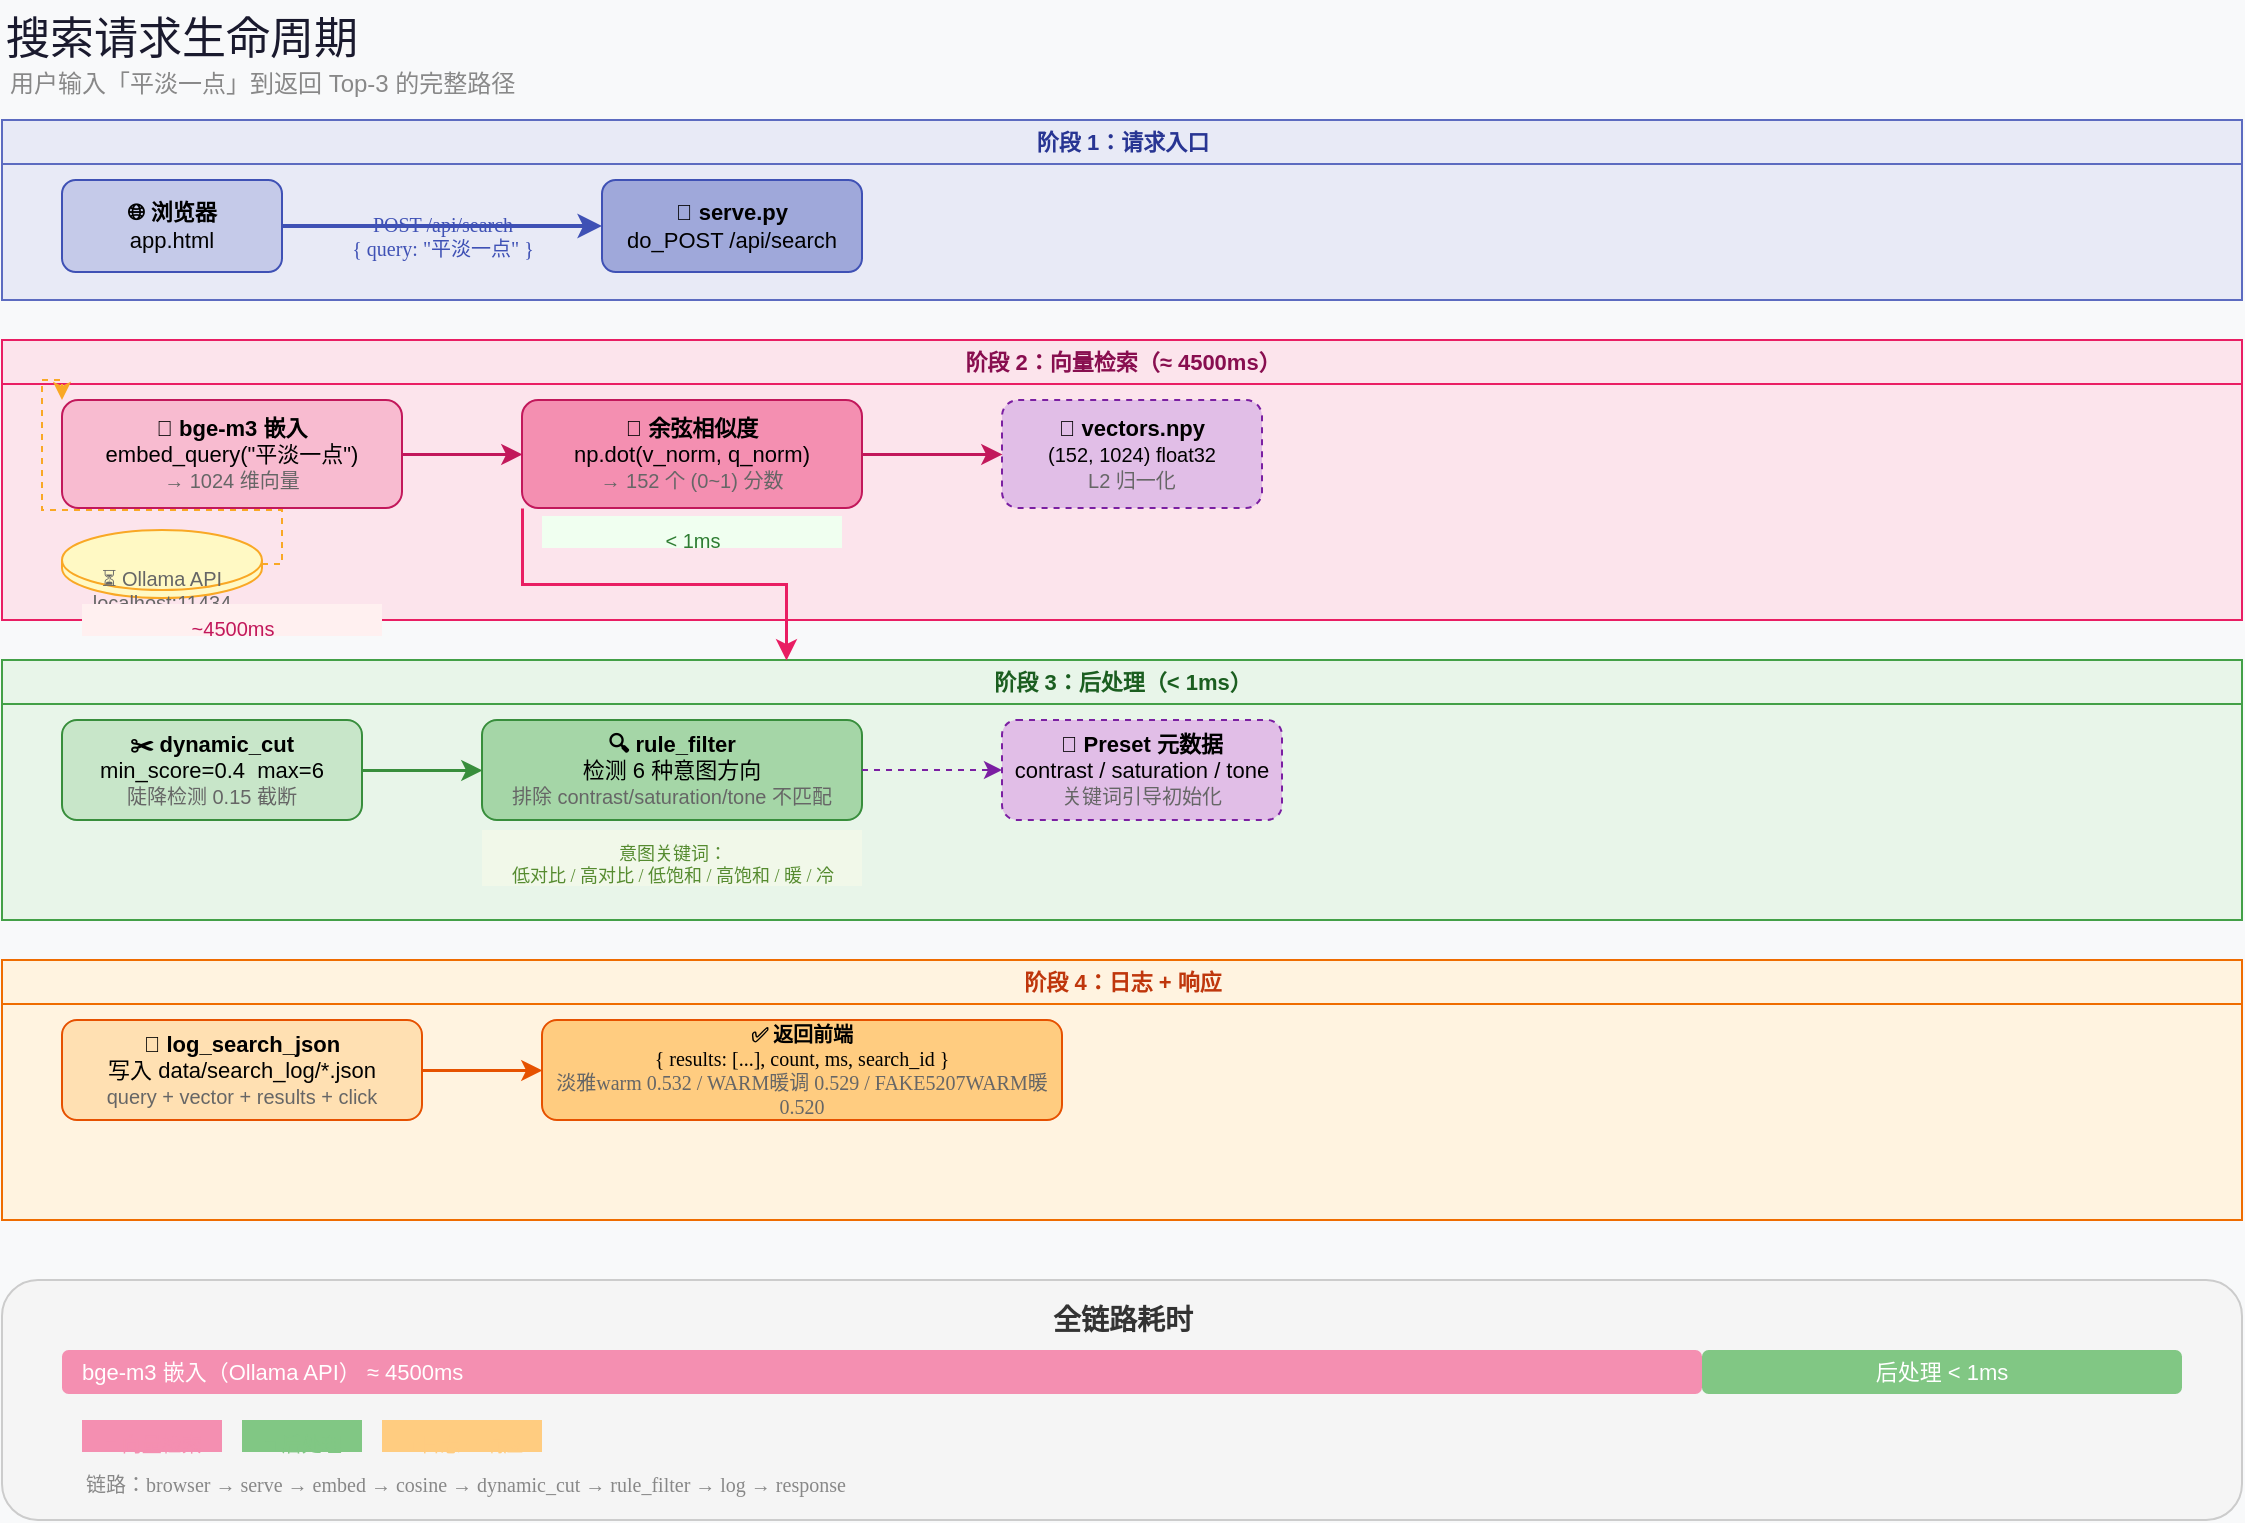
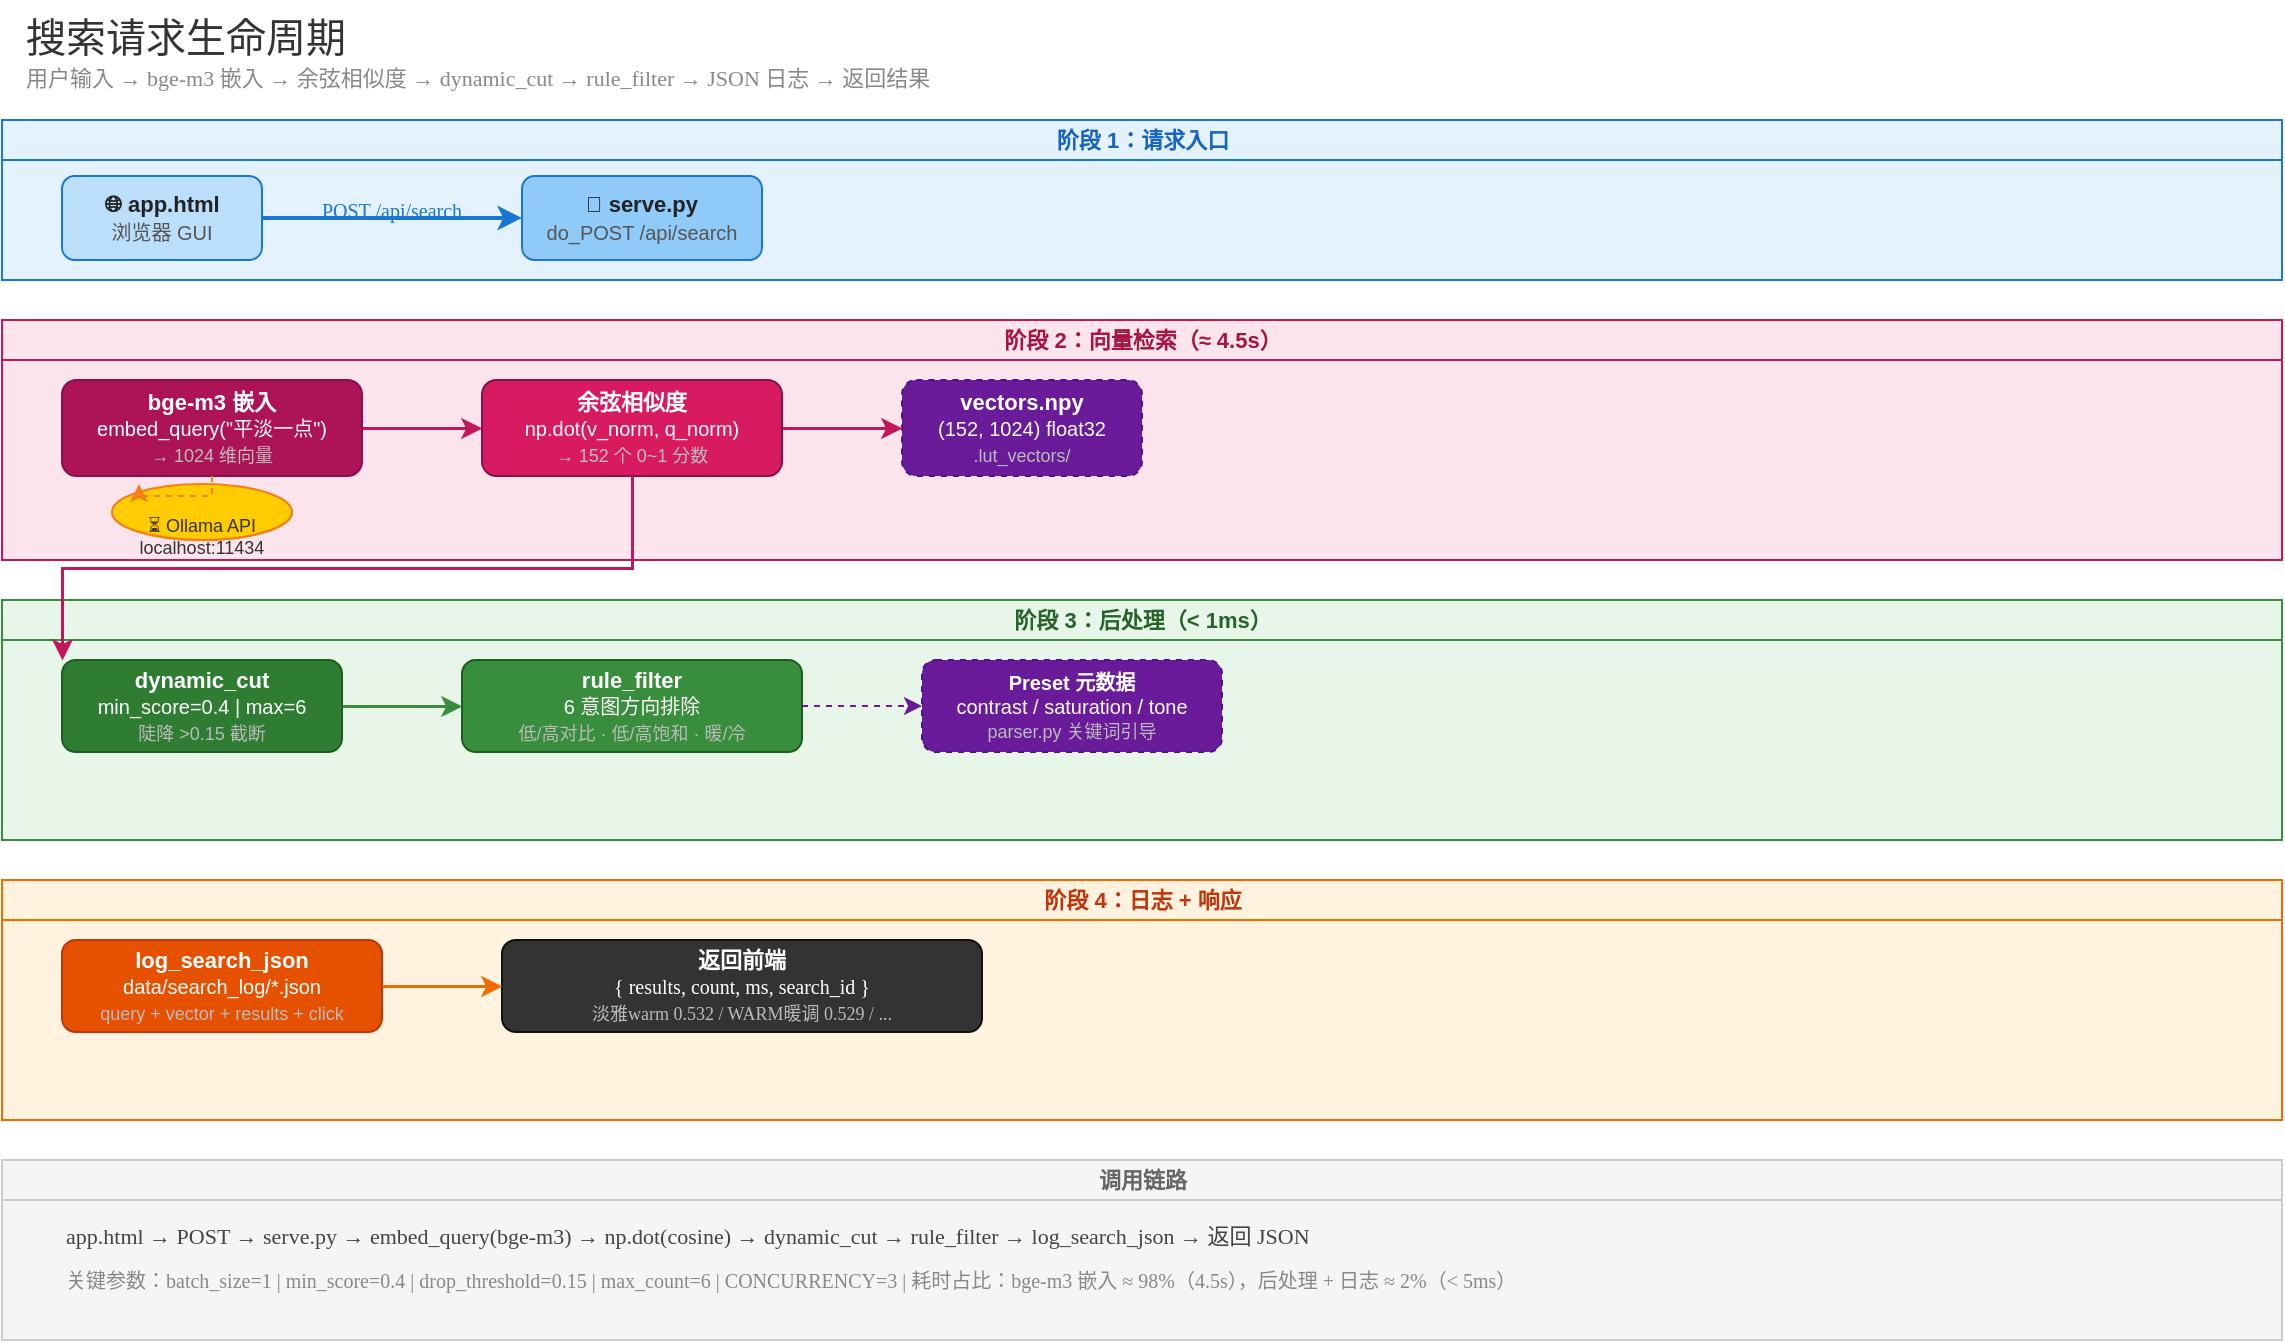
<?xml version="1.0" encoding="UTF-8"?>
<mxfile host="Electron">
  <diagram id="search-lifecycle" name="搜索生命周期">
-     <mxGraphModel dx="1400" dy="900" grid="1" gridSize="10" guides="1" tooltips="1" connect="1" arrows="1" fold="1" page="1" pageScale="1" pageWidth="1200" pageHeight="900" background="#f8f9fa">
+     <mxGraphModel dx="1400" dy="900" grid="1" gridSize="10" guides="1" tooltips="1" connect="1" arrows="1" fold="1" page="1" pageScale="1" pageWidth="1200" pageHeight="900" background="#ffffff">
      <root>
        <mxCell id="0"/>
        <mxCell id="1" parent="0"/>

        <!-- 标题 -->
-         <mxCell id="t0" value="搜索请求生命周期" style="text;html=1;strokeColor=none;fillColor=none;align=left;fontSize=22;fontFamily=Helvetica;fontColor=#1a1a2e;" vertex="1" parent="1">
-           <mxGeometry x="40" y="20" width="400" height="30" as="geometry"/>
+         <mxCell id="t0" value="搜索请求生命周期" style="text;html=1;strokeColor=none;fillColor=none;align=left;fontSize=20;fontFamily=Helvetica;fontColor=#333333;" vertex="1" parent="1">
+           <mxGeometry x="40" y="20" width="400" height="28" as="geometry"/>
        </mxCell>
-         <mxCell id="t0s" value="用户输入「平淡一点」到返回 Top-3 的完整路径" style="text;html=1;strokeColor=none;fillColor=none;align=left;fontSize=12;fontFamily=Helvetica;fontColor=#888;" vertex="1" parent="1">
-           <mxGeometry x="42" y="48" width="400" height="18" as="geometry"/>
+         <mxCell id="t0s" value="用户输入 → bge-m3 嵌入 → 余弦相似度 → dynamic_cut → rule_filter → JSON 日志 → 返回结果" style="text;html=1;strokeColor=none;fillColor=none;align=left;fontSize=11;fontFamily=Menlo;fontColor=#888888;" vertex="1" parent="1">
+           <mxGeometry x="40" y="46" width="800" height="18" as="geometry"/>
        </mxCell>

-         <!-- ========== 阶段 1：请求 ========== -->
-         <mxCell id="ph1" value="阶段 1：请求入口" style="swimlane;html=1;startSize=22;horizontal=1;fillColor=#e8eaf6;strokeColor=#5c6bc0;swimlaneFillColor=#e8eaf6;fontSize=11;fontFamily=Helvetica;fontColor=#283593;" vertex="1" parent="1">
-           <mxGeometry x="40" y="80" width="1120" height="90" as="geometry"/>
+         <!-- ===== 阶段 1：请求 ===== -->
+         <mxCell id="ph1" value="阶段 1：请求入口" style="swimlane;html=1;startSize=20;horizontal=1;fillColor=#e3f2fd;strokeColor=#1976d2;swimlaneFillColor=#e3f2fd;fontSize=11;fontFamily=Helvetica;fontColor=#1565c0;" vertex="1" parent="1">
+           <mxGeometry x="30" y="80" width="1140" height="80" as="geometry"/>
        </mxCell>

-         <mxCell id="browser" value="&lt;b&gt;🌐 浏览器&lt;/b&gt;&lt;br&gt;app.html" style="rounded=1;whiteSpace=wrap;html=1;fillColor=#c5cae9;strokeColor=#3f51b5;fontFamily=Helvetica;fontSize=11;" vertex="1" parent="1">
-           <mxGeometry x="70" y="110" width="110" height="46" as="geometry"/>
+         <mxCell id="browser" value="&lt;b&gt;🌐 app.html&lt;/b&gt;&lt;br&gt;&lt;span style=&quot;font-size:10px;color:#555;&quot;&gt;浏览器 GUI&lt;/span&gt;" style="rounded=1;whiteSpace=wrap;html=1;fillColor=#bbdefb;strokeColor=#1976d2;fontSize=11;fontFamily=Helvetica;fontColor=#222222;" vertex="1" parent="1">
+           <mxGeometry x="60" y="108" width="100" height="42" as="geometry"/>
        </mxCell>

-         <mxCell id="sv" value="&lt;b&gt;📡 serve.py&lt;/b&gt;&lt;br&gt;do_POST /api/search" style="rounded=1;whiteSpace=wrap;html=1;fillColor=#9fa8da;strokeColor=#3f51b5;fontFamily=Helvetica;fontSize=11;" vertex="1" parent="1">
-           <mxGeometry x="340" y="110" width="130" height="46" as="geometry"/>
+         <mxCell id="arrow1" value="POST /api/search" style="rounded=0;whiteSpace=wrap;html=1;fillColor=none;strokeColor=none;fontSize=10;fontFamily=Menlo;fontColor=#1976d2;align=center;" vertex="1" parent="1">
+           <mxGeometry x="165" y="115" width="120" height="20" as="geometry"/>
        </mxCell>

-         <mxCell id="c1" style="edgeStyle=orthogonalEdgeStyle;rounded=0;html=1;exitX=1;exitY=0.5;entryX=0;entryY=0.5;strokeColor=#3f51b5;strokeWidth=2;fontSize=11;fontFamily=Helvetica;" edge="1" parent="1" source="browser" target="sv">
-           <mxGeometry relative="1" as="geometry">
-             <mxPoint x="260" y="133" as="targetPoint"/>
-           </mxGeometry>
-         </mxCell>
-         <mxCell id="c1l" value="POST /api/search&#10;{ query: &quot;平淡一点&quot; }" style="text;html=1;strokeColor=none;fillColor=none;align=center;fontSize=10;fontFamily=Menlo;fontColor=#3f51b5;" vertex="1" parent="1">
-           <mxGeometry x="190" y="120" width="140" height="28" as="geometry"/>
+         <mxCell id="sv" value="&lt;b&gt;📡 serve.py&lt;/b&gt;&lt;br&gt;&lt;span style=&quot;font-size:10px;color:#555;&quot;&gt;do_POST /api/search&lt;/span&gt;" style="rounded=1;whiteSpace=wrap;html=1;fillColor=#90caf9;strokeColor=#1976d2;fontSize=11;fontFamily=Helvetica;fontColor=#222222;" vertex="1" parent="1">
+           <mxGeometry x="290" y="108" width="120" height="42" as="geometry"/>
        </mxCell>

-         <!-- ========== 阶段 2：检索 ========== -->
-         <mxCell id="ph2" value="阶段 2：向量检索（≈ 4500ms）" style="swimlane;html=1;startSize=22;horizontal=1;fillColor=#fce4ec;strokeColor=#e91e63;swimlaneFillColor=#fce4ec;fontSize=11;fontFamily=Helvetica;fontColor=#880e4f;" vertex="1" parent="1">
-           <mxGeometry x="40" y="190" width="1120" height="140" as="geometry"/>
+         <mxCell id="c1" style="edgeStyle=orthogonalEdgeStyle;rounded=0;html=1;exitX=1;exitY=0.5;entryX=0;entryY=0.5;strokeColor=#1976d2;strokeWidth=2;" edge="1" parent="1" source="browser" target="sv">
+           <mxGeometry relative="1" as="geometry"/>
        </mxCell>

-         <mxCell id="embed" value="&lt;b&gt;🔮 bge-m3 嵌入&lt;/b&gt;&lt;br&gt;embed_query(&quot;平淡一点&quot;)&lt;br&gt;&lt;span style=&quot;font-size:10px;color:#666;&quot;&gt;→ 1024 维向量&lt;/span&gt;" style="rounded=1;whiteSpace=wrap;html=1;fillColor=#f8bbd0;strokeColor=#c2185b;fontFamily=Helvetica;fontSize=11;" vertex="1" parent="1">
-           <mxGeometry x="70" y="220" width="170" height="54" as="geometry"/>
+         <!-- ===== 阶段 2：向量检索 ===== -->
+         <mxCell id="ph2" value="阶段 2：向量检索（≈ 4.5s）" style="swimlane;html=1;startSize=20;horizontal=1;fillColor=#fce4ec;strokeColor=#c2185b;swimlaneFillColor=#fce4ec;fontSize=11;fontFamily=Helvetica;fontColor=#a31545;" vertex="1" parent="1">
+           <mxGeometry x="30" y="180" width="1140" height="120" as="geometry"/>
        </mxCell>

-         <mxCell id="cosine" value="&lt;b&gt;📐 余弦相似度&lt;/b&gt;&lt;br&gt;np.dot(v_norm, q_norm)&lt;br&gt;&lt;span style=&quot;font-size:10px;color:#666;&quot;&gt;→ 152 个 (0~1) 分数&lt;/span&gt;" style="rounded=1;whiteSpace=wrap;html=1;fillColor=#f48fb1;strokeColor=#c2185b;fontFamily=Helvetica;fontSize=11;" vertex="1" parent="1">
-           <mxGeometry x="300" y="220" width="170" height="54" as="geometry"/>
+         <mxCell id="embed" value="&lt;b&gt;bge-m3 嵌入&lt;/b&gt;&lt;br&gt;&lt;span style=&quot;font-size:10px;&quot;&gt;embed_query(&quot;平淡一点&quot;)&lt;/span&gt;&lt;br&gt;&lt;span style=&quot;font-size:9px;color:#bbb;&quot;&gt;→ 1024 维向量&lt;/span&gt;" style="rounded=1;whiteSpace=wrap;html=1;fillColor=#ad1457;strokeColor=#880e4f;fontSize=11;fontFamily=Helvetica;fontColor=#ffffff;" vertex="1" parent="1">
+           <mxGeometry x="60" y="210" width="150" height="48" as="geometry"/>
        </mxCell>

-         <mxCell id="vec" value="&lt;b&gt;💾 vectors.npy&lt;/b&gt;&lt;br&gt;&lt;span style=&quot;font-size:10px;&quot;&gt;(152, 1024) float32&lt;/span&gt;&lt;br&gt;&lt;span style=&quot;font-size:10px;color:#666;&quot;&gt;L2 归一化&lt;/span&gt;" style="rounded=1;whiteSpace=wrap;html=1;fillColor=#e1bee7;strokeColor=#7b1fa2;dashed=1;fontFamily=Helvetica;fontSize=11;" vertex="1" parent="1">
-           <mxGeometry x="540" y="220" width="130" height="54" as="geometry"/>
+         <mxCell id="cosine" value="&lt;b&gt;余弦相似度&lt;/b&gt;&lt;br&gt;&lt;span style=&quot;font-size:10px;&quot;&gt;np.dot(v_norm, q_norm)&lt;/span&gt;&lt;br&gt;&lt;span style=&quot;font-size:9px;color:#bbb;&quot;&gt;→ 152 个 0~1 分数&lt;/span&gt;" style="rounded=1;whiteSpace=wrap;html=1;fillColor=#d81b60;strokeColor=#880e4f;fontSize=11;fontFamily=Helvetica;fontColor=#ffffff;" vertex="1" parent="1">
+           <mxGeometry x="270" y="210" width="150" height="48" as="geometry"/>
+         </mxCell>
+ 
+         <mxCell id="vec" value="&lt;b&gt;vectors.npy&lt;/b&gt;&lt;br&gt;&lt;span style=&quot;font-size:10px;&quot;&gt;(152, 1024) float32&lt;/span&gt;&lt;br&gt;&lt;span style=&quot;font-size:9px;color:#bbb;&quot;&gt;.lut_vectors/&lt;/span&gt;" style="rounded=1;whiteSpace=wrap;html=1;fillColor=#6a1b9a;strokeColor=#4a148c;fontSize=11;fontFamily=Helvetica;fontColor=#ffffff;dashed=1;" vertex="1" parent="1">
+           <mxGeometry x="480" y="210" width="120" height="48" as="geometry"/>
        </mxCell>

        <mxCell id="c2" style="edgeStyle=orthogonalEdgeStyle;rounded=0;html=1;exitX=1;exitY=0.5;entryX=0;entryY=0.5;strokeColor=#c2185b;strokeWidth=1.5;" edge="1" parent="1" source="embed" target="cosine">
          <mxGeometry relative="1" as="geometry"/>
        </mxCell>
        <mxCell id="c3" style="edgeStyle=orthogonalEdgeStyle;rounded=0;html=1;exitX=1;exitY=0.5;entryX=0;entryY=0.5;strokeColor=#c2185b;strokeWidth=1.5;" edge="1" parent="1" source="cosine" target="vec">
          <mxGeometry relative="1" as="geometry"/>
        </mxCell>

-         <mxCell id="ollama" value="⏳ Ollama API&#10;localhost:11434" style="shape=cylinder3;whiteSpace=wrap;html=1;boundedLbl=1;backgroundOutline=1;fillColor=#fff9c4;strokeColor=#f9a825;fontFamily=Helvetica;fontSize=10;fontColor=#666;" vertex="1" parent="1">
-           <mxGeometry x="70" y="285" width="100" height="34" as="geometry"/>
+         <mxCell id="ollama" value="⏳ Ollama API&#10;localhost:11434" style="shape=cylinder3;whiteSpace=wrap;html=1;boundedLbl=1;backgroundOutline=1;fillColor=#ffcc02;strokeColor=#f57f17;fontSize=9;fontFamily=Helvetica;fontColor=#333;" vertex="1" parent="1">
+           <mxGeometry x="85" y="262" width="90" height="28" as="geometry"/>
        </mxCell>
-         <mxCell id="c2s" style="edgeStyle=orthogonalEdgeStyle;rounded=0;html=1;exitX=1;exitY=0.5;entryX=0;entryY=0;strokeColor=#f9a825;strokeWidth=1;dashed=1;" edge="1" parent="1" source="ollama" target="embed">
+ 
+         <mxCell id="c2s" style="edgeStyle=orthogonalEdgeStyle;rounded=0;html=1;exitX=0.5;exitY=1;entryX=0.15;entryY=0;strokeColor=#f57f17;strokeWidth=1;dashed=1;" edge="1" parent="1" source="embed" target="ollama">
          <mxGeometry relative="1" as="geometry"/>
        </mxCell>

-         <!-- 耗时标注 -->
-         <mxCell id="tm1" value="~4500ms" style="text;html=1;strokeColor=none;fillColor=#fff0f0;align=center;fontSize=10;fontFamily=Helvetica;fontColor=#c2185b;" vertex="1" parent="1">
-           <mxGeometry x="80" y="322" width="150" height="16" as="geometry"/>
-         </mxCell>
-         <mxCell id="tm2" value="&lt; 1ms" style="text;html=1;strokeColor=none;fillColor=#f0fff0;align=center;fontSize=10;fontFamily=Helvetica;fontColor=#2e7d32;" vertex="1" parent="1">
-           <mxGeometry x="310" y="278" width="150" height="16" as="geometry"/>
+         <!-- ===== 阶段 3：后处理 ===== -->
+         <mxCell id="ph3" value="阶段 3：后处理（&lt; 1ms）" style="swimlane;html=1;startSize=20;horizontal=1;fillColor=#e8f5e9;strokeColor=#388e3c;swimlaneFillColor=#e8f5e9;fontSize=11;fontFamily=Helvetica;fontColor=#27632a;" vertex="1" parent="1">
+           <mxGeometry x="30" y="320" width="1140" height="120" as="geometry"/>
        </mxCell>

-         <!-- ========== 阶段 3：后处理 ========== -->
-         <mxCell id="ph3" value="阶段 3：后处理（&lt; 1ms）" style="swimlane;html=1;startSize=22;horizontal=1;fillColor=#e8f5e9;strokeColor=#43a047;swimlaneFillColor=#e8f5e9;fontSize=11;fontFamily=Helvetica;fontColor=#1b5e20;" vertex="1" parent="1">
-           <mxGeometry x="40" y="350" width="1120" height="130" as="geometry"/>
+         <mxCell id="dcut" value="&lt;b&gt;dynamic_cut&lt;/b&gt;&lt;br&gt;&lt;span style=&quot;font-size:10px;&quot;&gt;min_score=0.4 | max=6&lt;/span&gt;&lt;br&gt;&lt;span style=&quot;font-size:9px;color:#bbb;&quot;&gt;陡降 &gt;0.15 截断&lt;/span&gt;" style="rounded=1;whiteSpace=wrap;html=1;fillColor=#2e7d32;strokeColor=#1b5e20;fontSize=11;fontFamily=Helvetica;fontColor=#ffffff;" vertex="1" parent="1">
+           <mxGeometry x="60" y="350" width="140" height="46" as="geometry"/>
        </mxCell>

-         <mxCell id="dcut" value="&lt;b&gt;✂️ dynamic_cut&lt;/b&gt;&lt;br&gt;min_score=0.4&amp;nbsp;&amp;nbsp;max=6&lt;br&gt;&lt;span style=&quot;font-size:10px;color:#666;&quot;&gt;陡降检测 0.15 截断&lt;/span&gt;" style="rounded=1;whiteSpace=wrap;html=1;fillColor=#c8e6c9;strokeColor=#388e3c;fontFamily=Helvetica;fontSize=11;" vertex="1" parent="1">
-           <mxGeometry x="70" y="380" width="150" height="50" as="geometry"/>
+         <mxCell id="rf" value="&lt;b&gt;rule_filter&lt;/b&gt;&lt;br&gt;&lt;span style=&quot;font-size:10px;&quot;&gt;6 意图方向排除&lt;/span&gt;&lt;br&gt;&lt;span style=&quot;font-size:9px;color:#bbb;&quot;&gt;低/高对比 · 低/高饱和 · 暖/冷&lt;/span&gt;" style="rounded=1;whiteSpace=wrap;html=1;fillColor=#388e3c;strokeColor=#1b5e20;fontSize=11;fontFamily=Helvetica;fontColor=#ffffff;" vertex="1" parent="1">
+           <mxGeometry x="260" y="350" width="170" height="46" as="geometry"/>
        </mxCell>

-         <mxCell id="rf" value="&lt;b&gt;🔍 rule_filter&lt;/b&gt;&lt;br&gt;检测 6 种意图方向&lt;br&gt;&lt;span style=&quot;font-size:10px;color:#666;&quot;&gt;排除 contrast/saturation/tone 不匹配&lt;/span&gt;" style="rounded=1;whiteSpace=wrap;html=1;fillColor=#a5d6a7;strokeColor=#388e3c;fontFamily=Helvetica;fontSize=11;" vertex="1" parent="1">
-           <mxGeometry x="280" y="380" width="190" height="50" as="geometry"/>
-         </mxCell>
- 
-         <mxCell id="tags" value="意图关键词：&#10;低对比 / 高对比 / 低饱和 / 高饱和 / 暖 / 冷" style="text;html=1;strokeColor=none;fillColor=#f1f8e9;align=center;fontSize=9;fontFamily=Menlo;fontColor=#558b2f;" vertex="1" parent="1">
-           <mxGeometry x="280" y="435" width="190" height="28" as="geometry"/>
-         </mxCell>
- 
-         <mxCell id="preset" value="&lt;b&gt;🧩 Preset 元数据&lt;/b&gt;&lt;br&gt;contrast / saturation / tone&lt;br&gt;&lt;span style=&quot;font-size:10px;color:#666;&quot;&gt;关键词引导初始化&lt;/span&gt;" style="rounded=1;whiteSpace=wrap;html=1;fillColor=#e1bee7;strokeColor=#7b1fa2;dashed=1;fontFamily=Helvetica;fontSize=11;" vertex="1" parent="1">
-           <mxGeometry x="540" y="380" width="140" height="50" as="geometry"/>
+         <mxCell id="preset" value="&lt;b&gt;Preset 元数据&lt;/b&gt;&lt;br&gt;&lt;span style=&quot;font-size:10px;&quot;&gt;contrast / saturation / tone&lt;/span&gt;&lt;br&gt;&lt;span style=&quot;font-size:9px;color:#bbb;&quot;&gt;parser.py 关键词引导&lt;/span&gt;" style="rounded=1;whiteSpace=wrap;html=1;fillColor=#6a1b9a;strokeColor=#4a148c;fontSize=10;fontFamily=Helvetica;fontColor=#ffffff;dashed=1;" vertex="1" parent="1">
+           <mxGeometry x="490" y="350" width="150" height="46" as="geometry"/>
        </mxCell>

        <mxCell id="c4" style="edgeStyle=orthogonalEdgeStyle;rounded=0;html=1;exitX=1;exitY=0.5;entryX=0;entryY=0.5;strokeColor=#388e3c;strokeWidth=1.5;" edge="1" parent="1" source="dcut" target="rf">
          <mxGeometry relative="1" as="geometry"/>
        </mxCell>
-         <mxCell id="c5" style="edgeStyle=orthogonalEdgeStyle;rounded=0;html=1;exitX=1;exitY=0.5;entryX=0;entryY=0.5;strokeColor=#7b1fa2;strokeWidth=1;dashed=1;" edge="1" parent="1" source="rf" target="preset">
+         <mxCell id="c5" style="edgeStyle=orthogonalEdgeStyle;rounded=0;html=1;exitX=1;exitY=0.5;entryX=0;entryY=0.5;strokeColor=#6a1b9a;strokeWidth=1;dashed=1;" edge="1" parent="1" source="rf" target="preset">
          <mxGeometry relative="1" as="geometry"/>
        </mxCell>

-         <!-- 连接：检索 → 后处理 -->
-         <mxCell id="c6" style="edgeStyle=orthogonalEdgeStyle;rounded=0;html=1;exitX=0;exitY=1;entryX=0.35;entryY=0;strokeColor=#e91e63;strokeWidth=1.5;" edge="1" parent="1" source="cosine" target="ph3">
+         <!-- 连接 2→3 -->
+         <mxCell id="c6" style="edgeStyle=orthogonalEdgeStyle;rounded=0;html=1;exitX=0.5;exitY=1;entryX=0;entryY=0;strokeColor=#c2185b;strokeWidth=1.5;" edge="1" parent="1" source="cosine" target="dcut">
          <mxGeometry relative="1" as="geometry"/>
        </mxCell>

-         <!-- ========== 阶段 4：日志 + 返回 ========== -->
-         <mxCell id="ph4" value="阶段 4：日志 + 响应" style="swimlane;html=1;startSize=22;horizontal=1;fillColor=#fff3e0;strokeColor=#ef6c00;swimlaneFillColor=#fff3e0;fontSize=11;fontFamily=Helvetica;fontColor=#bf360c;" vertex="1" parent="1">
-           <mxGeometry x="40" y="500" width="1120" height="130" as="geometry"/>
+         <!-- ===== 阶段 4：日志 + 返回 ===== -->
+         <mxCell id="ph4" value="阶段 4：日志 + 响应" style="swimlane;html=1;startSize=20;horizontal=1;fillColor=#fff3e0;strokeColor=#ef6c00;swimlaneFillColor=#fff3e0;fontSize=11;fontFamily=Helvetica;fontColor=#bf360c;" vertex="1" parent="1">
+           <mxGeometry x="30" y="460" width="1140" height="120" as="geometry"/>
        </mxCell>

-         <mxCell id="lj" value="&lt;b&gt;📝 log_search_json&lt;/b&gt;&lt;br&gt;写入 data/search_log/*.json&lt;br&gt;&lt;span style=&quot;font-size:10px;color:#666;&quot;&gt;query + vector + results + click&lt;/span&gt;" style="rounded=1;whiteSpace=wrap;html=1;fillColor=#ffe0b2;strokeColor=#e65100;fontFamily=Helvetica;fontSize=11;" vertex="1" parent="1">
-           <mxGeometry x="70" y="530" width="180" height="50" as="geometry"/>
+         <mxCell id="lj" value="&lt;b&gt;log_search_json&lt;/b&gt;&lt;br&gt;&lt;span style=&quot;font-size:10px;&quot;&gt;data/search_log/*.json&lt;/span&gt;&lt;br&gt;&lt;span style=&quot;font-size:9px;color:#bbb;&quot;&gt;query + vector + results + click&lt;/span&gt;" style="rounded=1;whiteSpace=wrap;html=1;fillColor=#e65100;strokeColor=#bf360c;fontSize=11;fontFamily=Helvetica;fontColor=#ffffff;" vertex="1" parent="1">
+           <mxGeometry x="60" y="490" width="160" height="46" as="geometry"/>
        </mxCell>

-         <mxCell id="resp" value="&lt;b&gt;✅ 返回前端&lt;/b&gt;&lt;br&gt;{ results: [...], count, ms, search_id }&lt;br&gt;&lt;span style=&quot;font-size:10px;color:#666;&quot;&gt;淡雅warm 0.532 / WARM暖调 0.529 / FAKE5207WARM暖 0.520&lt;/span&gt;" style="rounded=1;whiteSpace=wrap;html=1;fillColor=#ffcc80;strokeColor=#e65100;fontFamily=Menlo;fontSize=10;" vertex="1" parent="1">
-           <mxGeometry x="310" y="530" width="260" height="50" as="geometry"/>
+         <mxCell id="resp" value="&lt;b&gt;返回前端&lt;/b&gt;&lt;br&gt;&lt;span style=&quot;font-size:10px;&quot;&gt;{ results, count, ms, search_id }&lt;/span&gt;&lt;br&gt;&lt;span style=&quot;font-size:9px;color:#bbb;&quot;&gt;淡雅warm 0.532 / WARM暖调 0.529 / ...&lt;/span&gt;" style="rounded=1;whiteSpace=wrap;html=1;fillColor=#333333;strokeColor=#111111;fontSize=11;fontFamily=Menlo;fontColor=#ffffff;" vertex="1" parent="1">
+           <mxGeometry x="280" y="490" width="240" height="46" as="geometry"/>
        </mxCell>

-         <mxCell id="c7" style="edgeStyle=orthogonalEdgeStyle;rounded=0;html=1;exitX=1;exitY=0.5;entryX=0;entryY=0.5;strokeColor=#e65100;strokeWidth=1.5;" edge="1" parent="1" source="lj" target="resp">
+         <mxCell id="c7" style="edgeStyle=orthogonalEdgeStyle;rounded=0;html=1;exitX=1;exitY=0.5;entryX=0;entryY=0.5;strokeColor=#ef6c00;strokeWidth=1.5;" edge="1" parent="1" source="lj" target="resp">
          <mxGeometry relative="1" as="geometry"/>
        </mxCell>

-         <!-- ========== 底部汇总 ========== -->
-         <mxCell id="summary" value="" style="rounded=1;whiteSpace=wrap;html=1;fillColor=#f5f5f5;strokeColor=#ccc;strokeWidth=1;" vertex="1" parent="1">
-           <mxGeometry x="40" y="660" width="1120" height="120" as="geometry"/>
+         <!-- ===== 底部：链路 + 参数 ===== -->
+         <mxCell id="sum" value="调用链路" style="swimlane;html=1;startSize=20;horizontal=1;fillColor=#f5f5f5;strokeColor=#cccccc;swimlaneFillColor=#f5f5f5;fontSize=11;fontFamily=Helvetica;fontColor=#666666;" vertex="1" parent="1">
+           <mxGeometry x="30" y="600" width="1140" height="90" as="geometry"/>
        </mxCell>

-         <mxCell id="sum_title" value="全链路耗时" style="text;html=1;strokeColor=none;fillColor=none;align=center;fontSize=14;fontFamily=Helvetica;fontStyle=1;fontColor=#333;" vertex="1" parent="1">
-           <mxGeometry x="400" y="665" width="400" height="22" as="geometry"/>
+         <mxCell id="chain" value="app.html → POST → serve.py → embed_query(bge-m3) → np.dot(cosine) → dynamic_cut → rule_filter → log_search_json → 返回 JSON" style="text;html=1;strokeColor=none;fillColor=none;align=left;fontSize=11;fontFamily=Menlo;fontColor=#444444;" vertex="1" parent="1">
+           <mxGeometry x="60" y="625" width="1080" height="18" as="geometry"/>
        </mxCell>

-         <!-- 耗时条 -->
-         <mxCell id="bar1" value="bge-m3 嵌入（Ollama API） ≈ 4500ms" style="rounded=1;whiteSpace=wrap;html=1;fillColor=#f48fb1;strokeColor=none;fontSize=11;fontFamily=Helvetica;fontColor=#fff;align=left;verticalAlign=middle;overflow=hidden;spacingLeft=8;" vertex="1" parent="1">
-           <mxGeometry x="70" y="695" width="820" height="22" as="geometry"/>
-         </mxCell>
-         <mxCell id="bar2" value="后处理 &lt; 1ms" style="rounded=1;whiteSpace=wrap;html=1;fillColor=#81c784;strokeColor=none;fontSize=11;fontFamily=Helvetica;fontColor=#fff;align=center;verticalAlign=middle;overflow=hidden;" vertex="1" parent="1">
-           <mxGeometry x="890" y="695" width="240" height="22" as="geometry"/>
-         </mxCell>
- 
-         <mxCell id="legend" value="" style="rounded=1;whiteSpace=wrap;html=1;fillColor=none;strokeColor=none;" vertex="1" parent="1">
-           <mxGeometry x="70" y="730" width="500" height="36" as="geometry"/>
-         </mxCell>
-         <mxCell id="ll1" value="■ 向量检索" style="text;html=1;strokeColor=none;fillColor=#f48fb1;align=center;fontSize=10;fontFamily=Helvetica;fontColor=#f48fb1;" vertex="1" parent="1">
-           <mxGeometry x="80" y="730" width="70" height="16" as="geometry"/>
-         </mxCell>
-         <mxCell id="ll2" value="■ 后处理" style="text;html=1;strokeColor=none;fillColor=#81c784;align=center;fontSize=10;fontFamily=Helvetica;fontColor=#81c784;" vertex="1" parent="1">
-           <mxGeometry x="160" y="730" width="60" height="16" as="geometry"/>
-         </mxCell>
-         <mxCell id="ll3" value="■ 日志 + 响应" style="text;html=1;strokeColor=none;fillColor=#ffcc80;align=center;fontSize=10;fontFamily=Helvetica;fontColor=#ffcc80;" vertex="1" parent="1">
-           <mxGeometry x="230" y="730" width="80" height="16" as="geometry"/>
-         </mxCell>
-         <mxCell id="ll4" value="链路：browser → serve → embed → cosine → dynamic_cut → rule_filter → log → response" style="text;html=1;strokeColor=none;fillColor=none;align=left;fontSize=10;fontFamily=Menlo;fontColor=#888;" vertex="1" parent="1">
-           <mxGeometry x="80" y="750" width="900" height="18" as="geometry"/>
+         <mxCell id="param" value="关键参数：batch_size=1 | min_score=0.4 | drop_threshold=0.15 | max_count=6 | CONCURRENCY=3 | 耗时占比：bge-m3 嵌入 ≈ 98%（4.5s），后处理 + 日志 ≈ 2%（&lt; 5ms）" style="text;html=1;strokeColor=none;fillColor=none;align=left;fontSize=10;fontFamily=Menlo;fontColor=#888888;" vertex="1" parent="1">
+           <mxGeometry x="60" y="648" width="1080" height="16" as="geometry"/>
        </mxCell>

      </root>
    </mxGraphModel>
  </diagram>
</mxfile>
